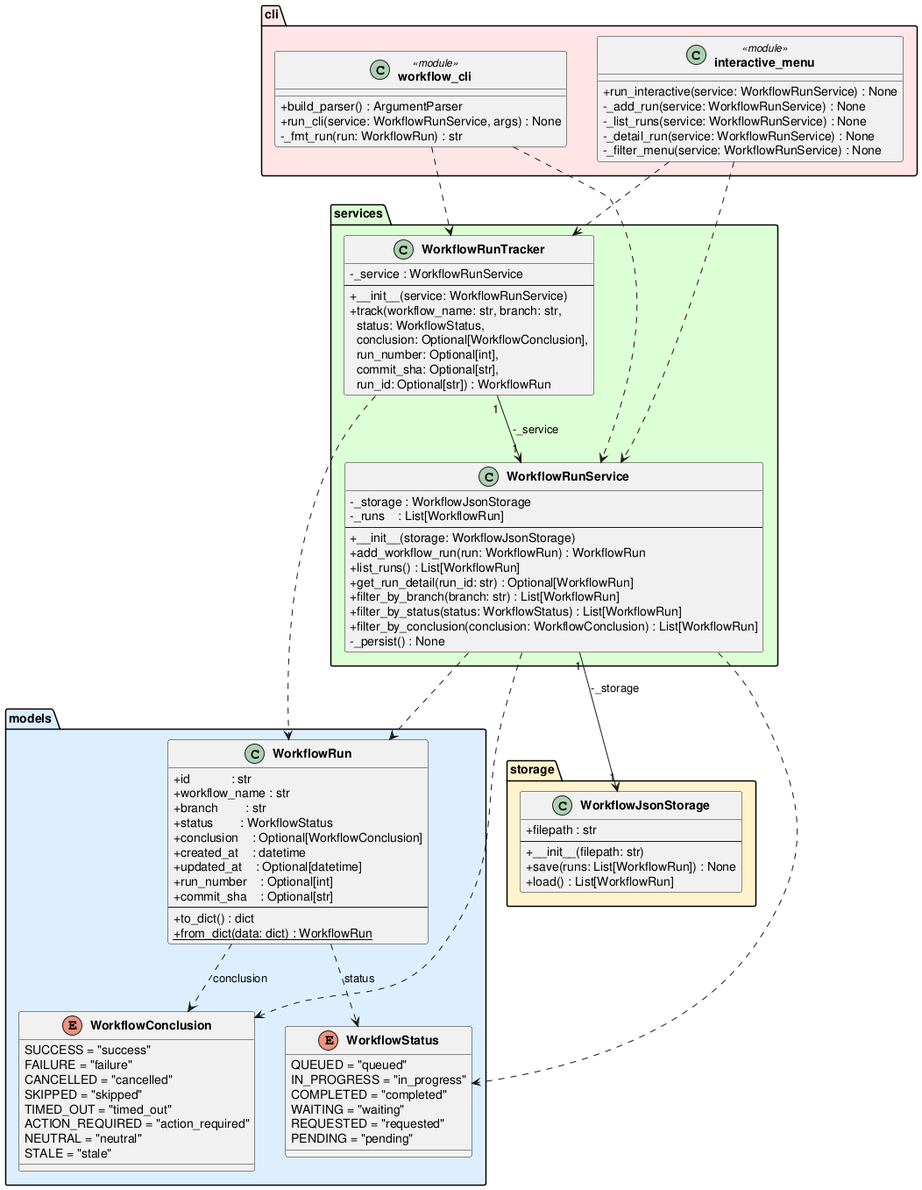
This is experiments/broadcast/test_driven/github-workflow-manager/artifacts/class_diagram.png from DanielRiha8906/Software_autoevolution_using_agents, a PlantUML export, as it was before one commit.
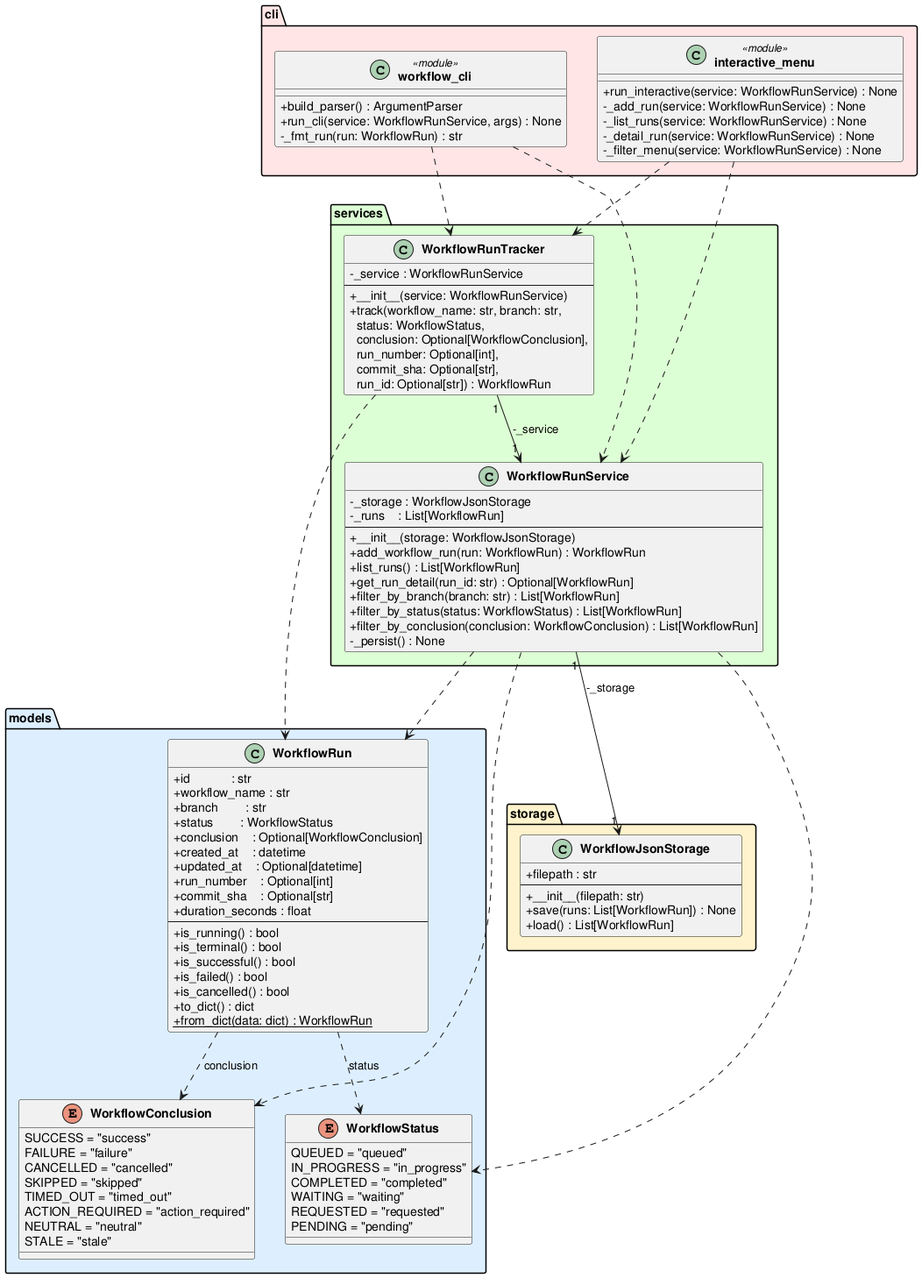
After the commit.

Change to the diagram source:
```diff
@@ -34,7 +34,13 @@
         +updated_at    : Optional[datetime]
         +run_number    : Optional[int]
         +commit_sha    : Optional[str]
+        +duration_seconds : float
         --
+        +is_running() : bool
+        +is_terminal() : bool
+        +is_successful() : bool
+        +is_failed() : bool
+        +is_cancelled() : bool
         +to_dict() : dict
         +{static} from_dict(data: dict) : WorkflowRun
     }
```
